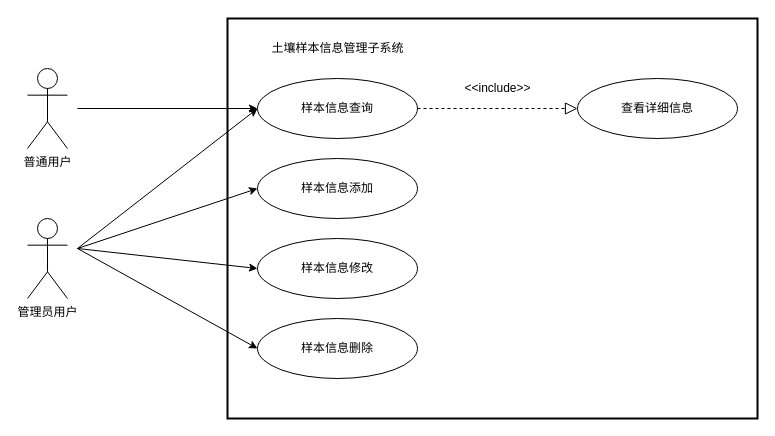
Earlier version of the draw.io diagram page "土壤样品信息管理子系统1" (13 of 15) of DT-1.drawio (TeasusZt/DT-NEW). Source tidied: cells renumbered, new cells numbered last; positions are measured from the earlier drawing's top-left corner, leaving out a move shared by most shapes. Both pictures are drawn from the tidied source at 100%, with x=0, y=0 at pixel (27, 18).
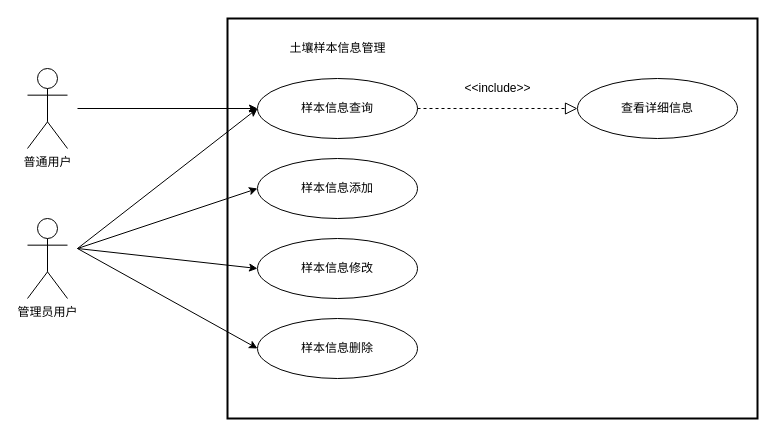
The same page after the edit.

Diff of the diagram source:
```diff
@@
-    <mxCell id="12" value="土壤样本信息管理子系统" style="text;html=1;align=center;verticalAlign=middle;" parent="1" vertex="1">
-      <mxGeometry x="235" y="20" width="150" height="20" as="geometry" />
+    <mxCell id="12" value="土壤样本信息管理" style="text;html=1;align=center;verticalAlign=middle;" parent="1" vertex="1">
+      <mxGeometry x="255" y="20" width="110" height="20" as="geometry" />
     </mxCell>
```
